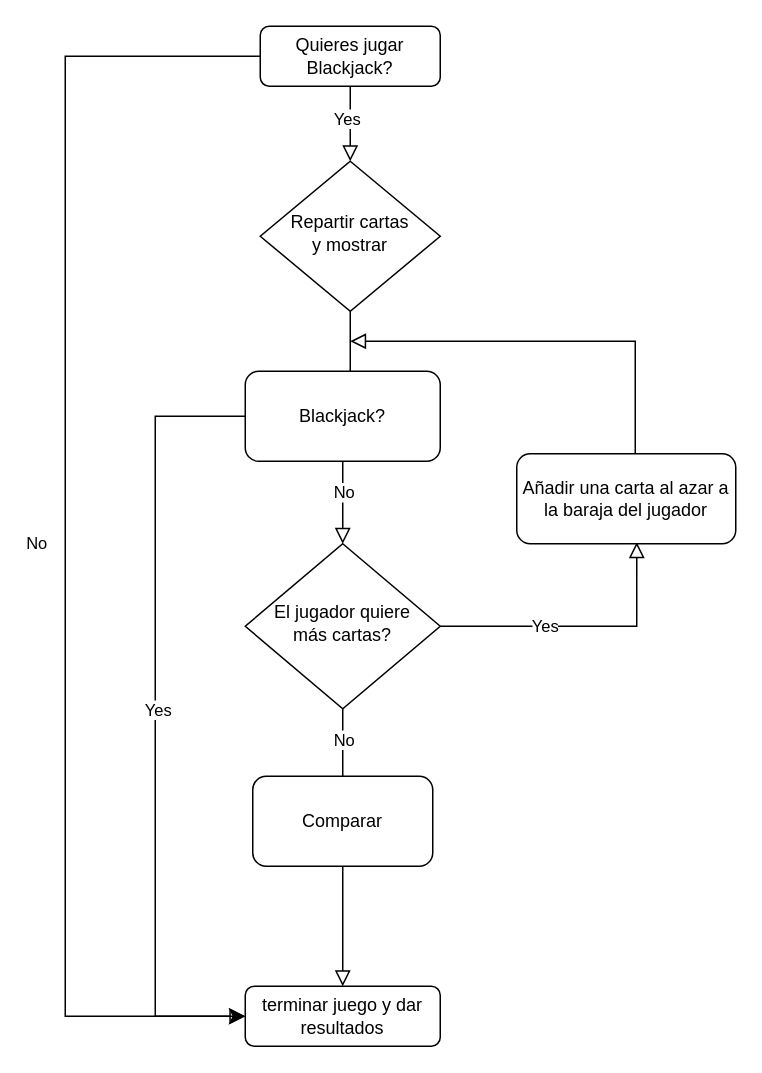
The draw.io diagram clases/Untitled Diagram.drawio in oscarmejias/coursera, before the edit. Source tidied: cells renumbered, new cells numbered last; positions are measured from the earlier drawing's top-left corner, leaving out a move shared by most shapes. Both pictures are drawn from the tidied source at 150%, with x=0, y=0 at pixel (64, 26).
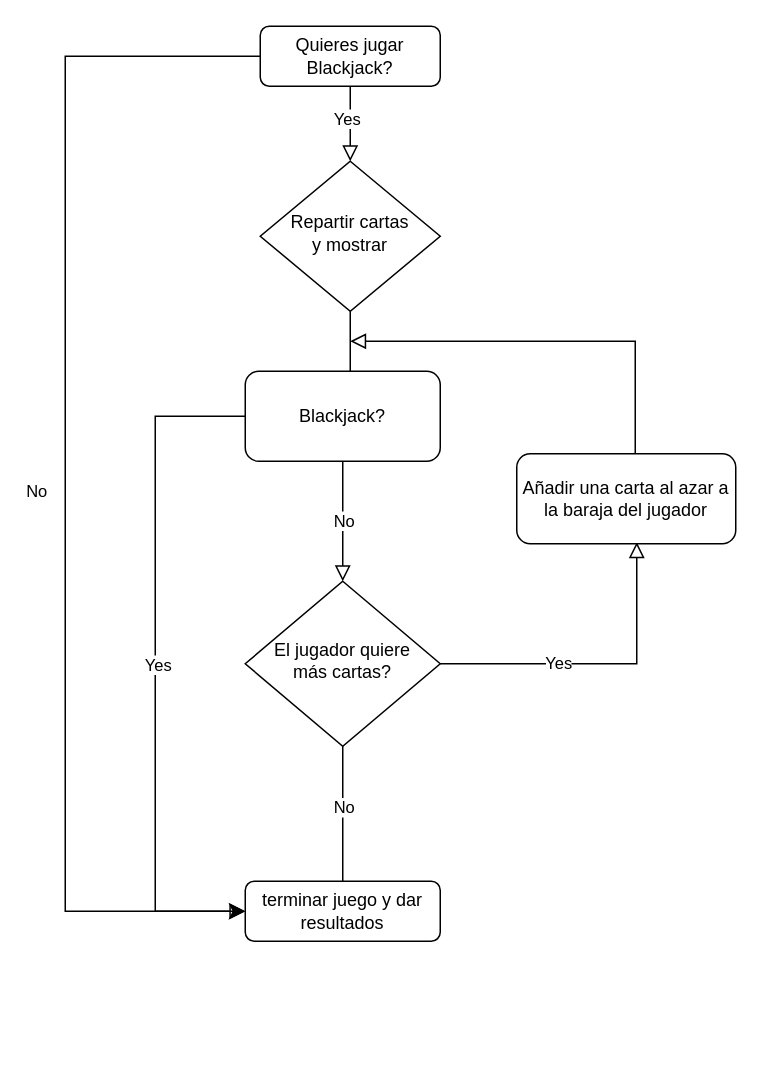
The same diagram, later.

The change refers to these unchanged cells:
```xml
<mxCell id="4" value="Quieres jugar Blackjack?" style="rounded=1;whiteSpace=wrap;html=1;fontSize=12;glass=0;strokeWidth=1;shadow=0;" parent="1" vertex="1">
  <mxGeometry x="130" width="120" height="40" as="geometry" />
</mxCell>
<mxCell id="19" value="Blackjack?" style="rounded=1;whiteSpace=wrap;html=1;" parent="1" vertex="1">
  <mxGeometry x="120" y="230" width="130" height="60" as="geometry" />
</mxCell>
```

What changed in the source:
```diff
@@
-    <mxCell id="8" style="rounded=0;html=1;jettySize=auto;fontSize=11;endArrow=block;endFill=0;endSize=8;strokeWidth=1;shadow=0;labelBackgroundColor=none;edgeStyle=orthogonalEdgeStyle;startArrow=none;" parent="1" edge="1" source="20" target="12">
-      <mxGeometry x="-0.78" y="25" relative="1" as="geometry" />
-    </mxCell>
@@
     <mxCell id="11" value="El jugador quiere&lt;br&gt;más cartas?" style="rhombus;whiteSpace=wrap;html=1;shadow=0;fontFamily=Helvetica;fontSize=12;align=center;strokeWidth=1;spacing=6;spacingTop=-4;" parent="1" vertex="1">
-      <mxGeometry x="120" y="345" width="130" height="110" as="geometry" />
+      <mxGeometry x="120" y="370" width="130" height="110" as="geometry" />
     </mxCell>
     <mxCell id="12" value="terminar juego y dar resultados" style="rounded=1;whiteSpace=wrap;html=1;fontSize=12;glass=0;strokeWidth=1;shadow=0;" parent="1" vertex="1">
-      <mxGeometry x="120" y="640" width="130" height="40" as="geometry" />
+      <mxGeometry x="120" y="570" width="130" height="40" as="geometry" />
     </mxCell>
@@
     <mxCell id="15" style="endArrow=classic;html=1;rounded=0;shadow=0;labelBackgroundColor=none;sketch=0;endSize=8;strokeWidth=1;exitX=0;exitY=0.5;exitDx=0;exitDy=0;entryX=0;entryY=0.5;entryDx=0;entryDy=0;" parent="1" edge="1" source="4" target="12">
       <mxGeometry relative="1" as="geometry">
         <Array as="points">
           <mxPoint x="80" y="20" />
           <mxPoint y="20" />
           <mxPoint y="280" />
           <mxPoint y="540" />
-          <mxPoint y="660" />
+          <mxPoint y="590" />
         </Array>
       </mxGeometry>
     </mxCell>
@@
     <mxCell id="17" style="edgeStyle=orthogonalEdgeStyle;rounded=0;sketch=0;jettySize=auto;html=1;exitX=0;exitY=0.5;exitDx=0;exitDy=0;shadow=0;labelBackgroundColor=none;endArrow=block;endFill=0;endSize=8;strokeWidth=1;" parent="1" edge="1" source="19">
       <mxGeometry relative="1" as="geometry">
-        <mxPoint x="120" y="660" as="targetPoint" />
+        <mxPoint x="120" y="590" as="targetPoint" />
         <Array as="points">
           <mxPoint x="60" y="260" />
-          <mxPoint x="60" y="660" />
-          <mxPoint x="120" y="660" />
+          <mxPoint x="60" y="590" />
+          <mxPoint x="120" y="590" />
         </Array>
       </mxGeometry>
     </mxCell>
@@
-    <mxCell id="20" value="Comparar" style="rounded=1;whiteSpace=wrap;html=1;" parent="1" vertex="1">
-      <mxGeometry x="125" y="500" width="120" height="60" as="geometry" />
-    </mxCell>
-    <mxCell id="21" style="rounded=0;html=1;jettySize=auto;fontSize=11;endArrow=none;endFill=0;endSize=8;strokeWidth=1;shadow=0;labelBackgroundColor=none;edgeStyle=orthogonalEdgeStyle;" parent="1" edge="1" source="11" target="20">
+    <mxCell id="21" style="rounded=0;html=1;jettySize=auto;fontSize=11;endArrow=none;endFill=0;endSize=8;strokeWidth=1;shadow=0;labelBackgroundColor=none;edgeStyle=orthogonalEdgeStyle;entryX=0.5;entryY=0;entryDx=0;entryDy=0;" parent="1" edge="1" source="11" target="12">
       <mxGeometry x="-0.78" y="25" relative="1" as="geometry" />
     </mxCell>
```
